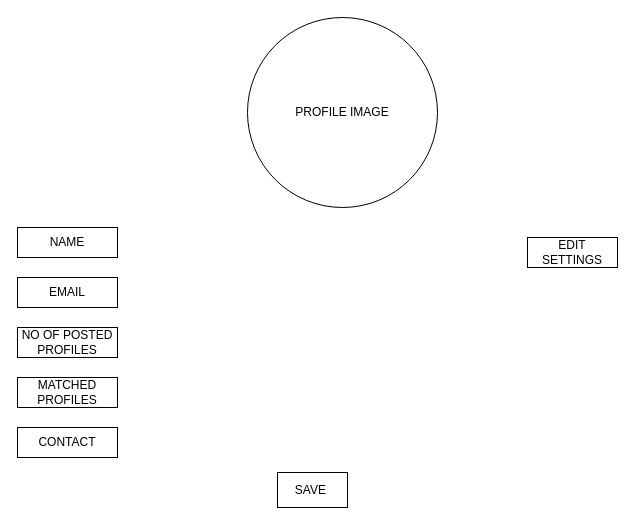
The draw.io diagram page "USER SETTINGS" (4 of 7) of Untitled Diagram.drawio in deepak21devops/social-design, before the edit. Source tidied: cells renumbered, new cells numbered last; positions are measured from the earlier drawing's top-left corner, leaving out a move shared by most shapes. Both pictures are drawn from the tidied source at 100%, with x=0, y=0 at pixel (17, 17).
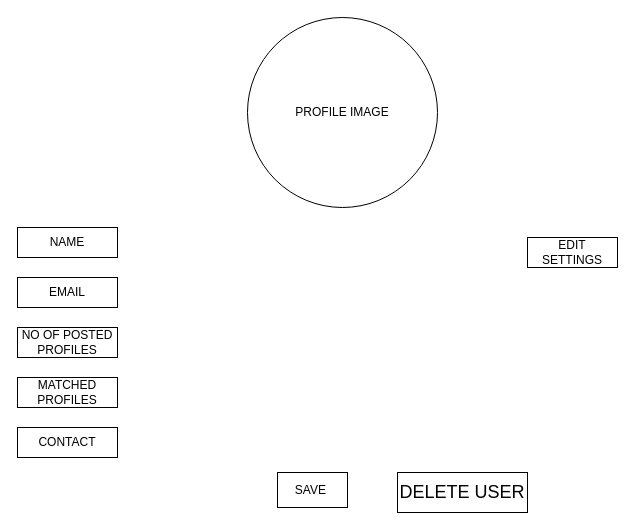
The same diagram, later.

The edit, as a diff of the source:
```diff
@@
 <mxGraphModel>
   <root>
     <mxCell id="0" />
     <mxCell id="1" parent="0" />
     <mxCell id="2" value="PROFILE IMAGE" style="ellipse;whiteSpace=wrap;html=1;fontSize=12;fillColor=#FFFFFF;align=center;" parent="1" vertex="1">
       <mxGeometry x="230" width="190" height="190" as="geometry" />
     </mxCell>
     <mxCell id="3" value="NAME" style="rounded=0;whiteSpace=wrap;html=1;fontSize=12;fillColor=#FFFFFF;align=center;" parent="1" vertex="1">
       <mxGeometry y="210" width="100" height="30" as="geometry" />
     </mxCell>
     <mxCell id="4" value="EMAIL" style="rounded=0;whiteSpace=wrap;html=1;fontSize=12;fillColor=#FFFFFF;align=center;" parent="1" vertex="1">
       <mxGeometry y="260" width="100" height="30" as="geometry" />
     </mxCell>
     <mxCell id="5" value="NO OF POSTED PROFILES" style="rounded=0;whiteSpace=wrap;html=1;fontSize=12;fillColor=#FFFFFF;align=center;" parent="1" vertex="1">
       <mxGeometry y="310" width="100" height="30" as="geometry" />
     </mxCell>
     <mxCell id="6" value="MATCHED PROFILES" style="rounded=0;whiteSpace=wrap;html=1;fontSize=12;fillColor=#FFFFFF;align=center;" parent="1" vertex="1">
       <mxGeometry y="360" width="100" height="30" as="geometry" />
     </mxCell>
     <mxCell id="7" value="CONTACT" style="rounded=0;whiteSpace=wrap;html=1;fontSize=12;fillColor=#FFFFFF;align=center;" parent="1" vertex="1">
       <mxGeometry y="410" width="100" height="30" as="geometry" />
     </mxCell>
     <mxCell id="8" value="EDIT SETTINGS" style="rounded=0;whiteSpace=wrap;html=1;fontSize=12;fillColor=#FFFFFF;align=center;" parent="1" vertex="1">
       <mxGeometry x="510" y="220" width="90" height="30" as="geometry" />
     </mxCell>
     <mxCell id="9" value="SAVE&amp;nbsp;" style="rounded=0;whiteSpace=wrap;html=1;fontSize=12;fillColor=#FFFFFF;align=center;" parent="1" vertex="1">
       <mxGeometry x="260" y="455" width="70" height="35" as="geometry" />
     </mxCell>
+    <mxCell id="10" value="DELETE USER" style="rounded=0;whiteSpace=wrap;html=1;fontSize=18;fillColor=#FFFFFF;align=center;" parent="1" vertex="1">
+      <mxGeometry x="380" y="455" width="130" height="40" as="geometry" />
+    </mxCell>
   </root>
 </mxGraphModel>
```
